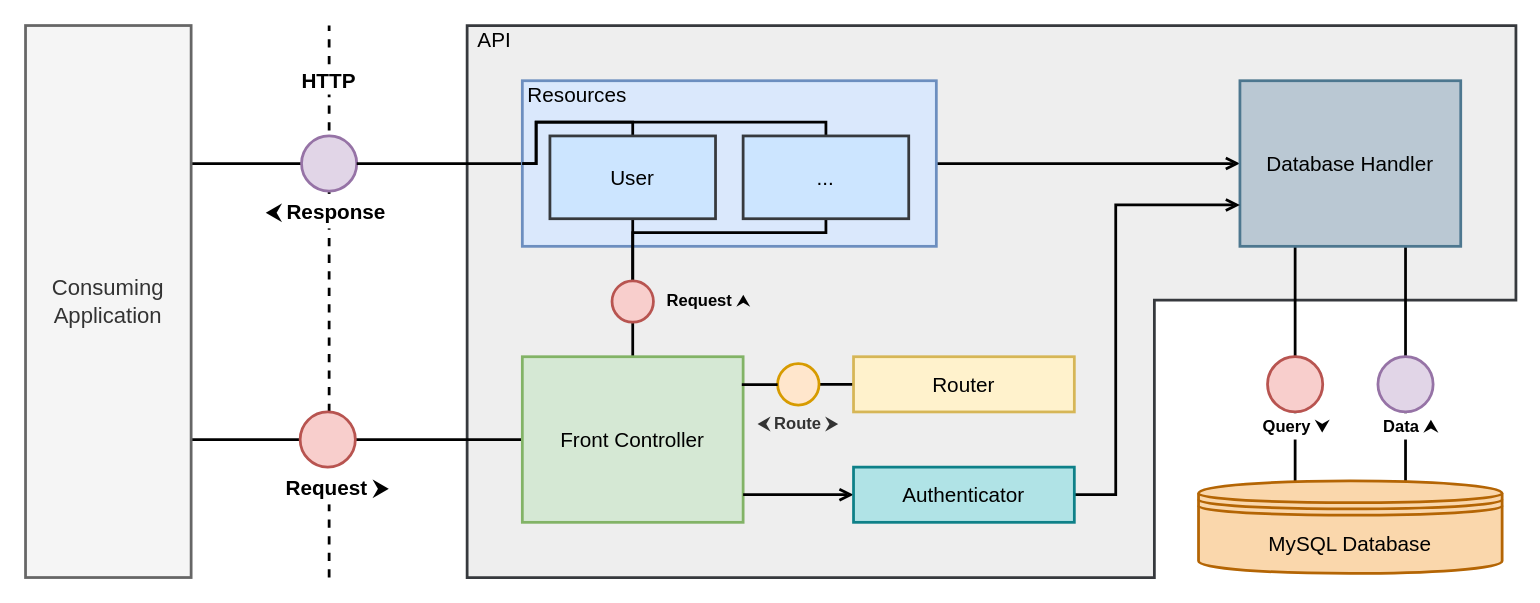
The draw.io diagram docs/api/api_architecture.drawio in luckychan12/kalma-public, before the edit. Source tidied: cells renumbered, new cells numbered last; positions are measured from the earlier drawing's top-left corner, leaving out a move shared by most shapes. Both pictures are drawn from the tidied source at 138%, with x=0, y=0 at pixel (25, 25).
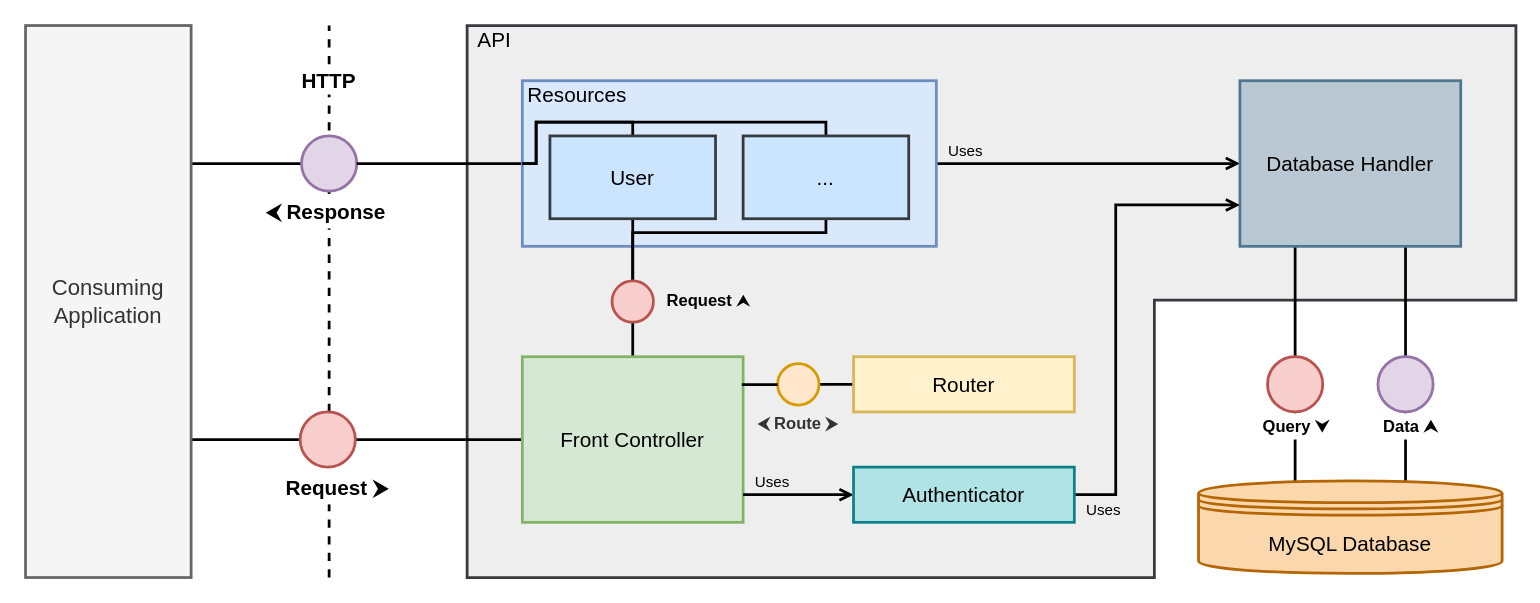
Above is the later version.

Commit message:
Update API Structure Diagram

Unchanged cells that the change refers to:
```xml
<mxCell id="17" style="edgeStyle=orthogonalEdgeStyle;rounded=0;jettySize=auto;html=1;startArrow=open;startFill=0;endArrow=none;endFill=0;fontSize=15;strokeWidth=2;" parent="1" edge="1" source="21" target="18">
  <mxGeometry relative="1" as="geometry" />
</mxCell>
<mxCell id="36" style="edgeStyle=orthogonalEdgeStyle;rounded=0;jettySize=auto;html=1;exitX=0;exitY=0.5;exitDx=0;exitDy=0;endArrow=none;endFill=0;fontSize=15;startArrow=open;startFill=0;strokeWidth=2;" parent="1" edge="1" source="38">
  <mxGeometry relative="1" as="geometry">
    <mxPoint x="520" y="340" as="targetPoint" />
  </mxGeometry>
</mxCell>
<mxCell id="37" style="edgeStyle=orthogonalEdgeStyle;rounded=0;jettySize=auto;html=1;exitX=1;exitY=0.5;exitDx=0;exitDy=0;entryX=0;entryY=0.75;entryDx=0;entryDy=0;startArrow=none;startFill=0;endArrow=open;endFill=0;fontSize=12;strokeWidth=2;" parent="1" edge="1" source="38" target="21">
  <mxGeometry relative="1" as="geometry">
    <Array as="points">
      <mxPoint x="790" y="340" />
      <mxPoint x="790" y="130" />
    </Array>
  </mxGeometry>
</mxCell>
```

Change to the diagram source:
```diff
@@
+    <mxCell id="46" value="Uses" style="edgeLabel;html=1;align=center;verticalAlign=middle;labelBackgroundColor=none;" parent="17" vertex="1">
+      <mxGeometry x="0.17" y="2" relative="1" as="geometry">
+        <mxPoint x="-71" y="-12" as="offset" />
+      </mxGeometry>
+    </mxCell>
@@
+    <mxCell id="47" value="Uses" style="edgeLabel;html=1;align=center;verticalAlign=middle;labelBackgroundColor=none;" parent="36" vertex="1">
+      <mxGeometry x="-0.25" y="-3" relative="1" as="geometry">
+        <mxPoint x="-30" y="-7" as="offset" />
+      </mxGeometry>
+    </mxCell>
@@
+    <mxCell id="48" value="Uses" style="edgeLabel;html=1;align=center;verticalAlign=middle;labelBackgroundColor=none;" parent="37" vertex="1">
+      <mxGeometry x="-0.07" y="-1" relative="1" as="geometry">
+        <mxPoint x="-11" y="133" as="offset" />
+      </mxGeometry>
+    </mxCell>
```
